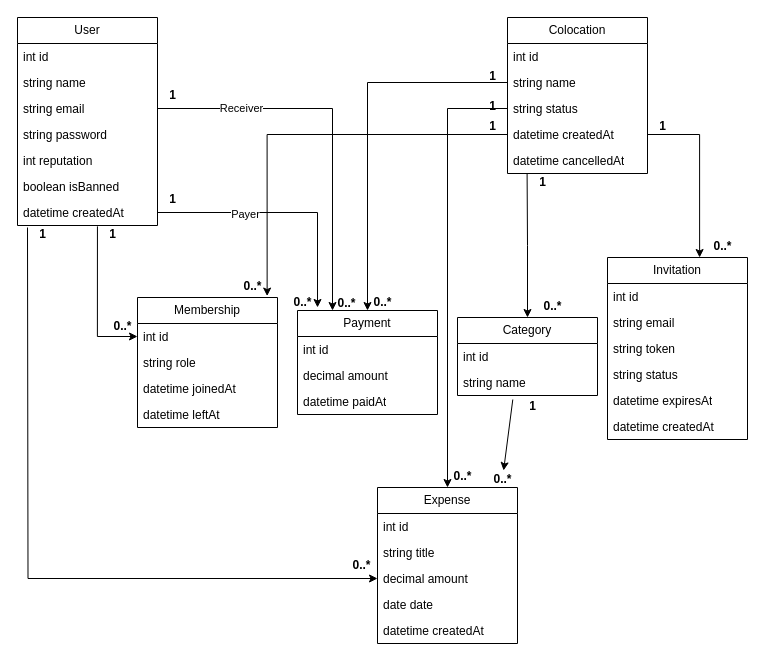
Above: BriefCroise2/assets/diagramClass.drawio in a-oirgari/BriefCroise2 (draw.io), before the change. Source tidied: cells renumbered, new cells numbered last; positions are measured from the earlier drawing's top-left corner, leaving out a move shared by most shapes. Both pictures are drawn from the tidied source at 100%, with x=0, y=0 at pixel (17, 17).
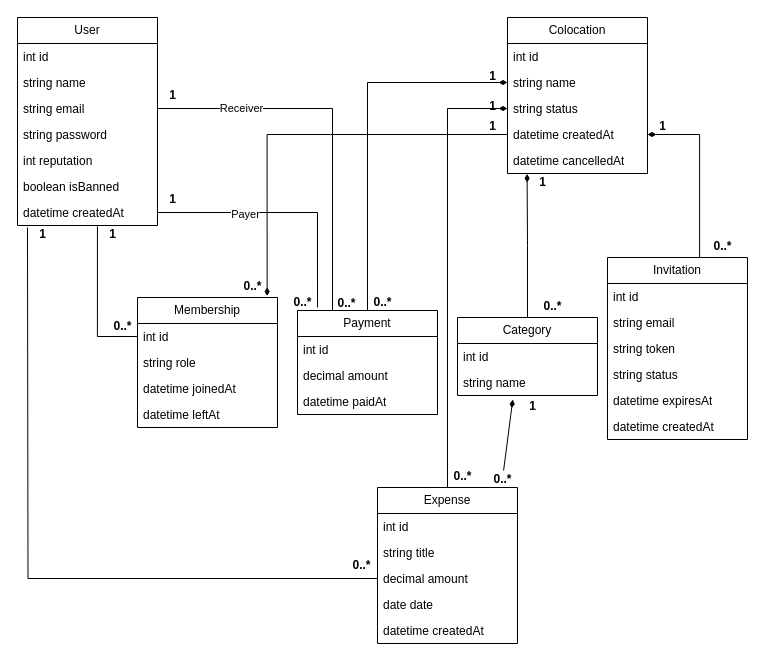
After the change.

Commit message:
refactor: fixing the fleche error on the class diagram

The change refers to these unchanged cells:
```xml
<mxCell id="4" value="string name" style="text;strokeColor=none;fillColor=none;align=left;verticalAlign=top;spacingLeft=4;spacingRight=4;overflow=hidden;points=[[0,0.5],[1,0.5]];portConstraint=eastwest;whiteSpace=wrap;html=1;" parent="2" vertex="1">
  <mxGeometry y="52" width="140" height="26" as="geometry" />
</mxCell>
<mxCell id="5" value="string status" style="text;strokeColor=none;fillColor=none;align=left;verticalAlign=top;spacingLeft=4;spacingRight=4;overflow=hidden;points=[[0,0.5],[1,0.5]];portConstraint=eastwest;whiteSpace=wrap;html=1;" parent="2" vertex="1">
  <mxGeometry y="78" width="140" height="26" as="geometry" />
</mxCell>
<mxCell id="6" value="datetime createdAt" style="text;strokeColor=none;fillColor=none;align=left;verticalAlign=top;spacingLeft=4;spacingRight=4;overflow=hidden;points=[[0,0.5],[1,0.5]];portConstraint=eastwest;whiteSpace=wrap;html=1;" parent="2" vertex="1">
  <mxGeometry y="104" width="140" height="26" as="geometry" />
</mxCell>
<mxCell id="7" value="datetime cancelledAt" style="text;strokeColor=none;fillColor=none;align=left;verticalAlign=top;spacingLeft=4;spacingRight=4;overflow=hidden;points=[[0,0.5],[1,0.5]];portConstraint=eastwest;whiteSpace=wrap;html=1;" parent="2" vertex="1">
  <mxGeometry y="130" width="140" height="26" as="geometry" />
</mxCell>
<mxCell id="11" value="string email" style="text;strokeColor=none;fillColor=none;align=left;verticalAlign=top;spacingLeft=4;spacingRight=4;overflow=hidden;points=[[0,0.5],[1,0.5]];portConstraint=eastwest;whiteSpace=wrap;html=1;" parent="8" vertex="1">
  <mxGeometry y="78" width="140" height="26" as="geometry" />
</mxCell>
<mxCell id="15" value="datetime createdAt" style="text;strokeColor=none;fillColor=none;align=left;verticalAlign=top;spacingLeft=4;spacingRight=4;overflow=hidden;points=[[0,0.5],[1,0.5]];portConstraint=eastwest;whiteSpace=wrap;html=1;" parent="8" vertex="1">
  <mxGeometry y="182" width="140" height="26" as="geometry" />
</mxCell>
<mxCell id="16" value="Invitation" style="swimlane;fontStyle=0;horizontal=1;startSize=26;fillColor=none;whiteSpace=wrap;html=1;" parent="1" vertex="1">
  <mxGeometry x="590" y="240" width="140" height="182" as="geometry" />
</mxCell>
<mxCell id="24" value="Expense" style="swimlane;fontStyle=0;horizontal=1;startSize=26;fillColor=none;whiteSpace=wrap;html=1;" parent="1" vertex="1">
  <mxGeometry x="360" y="470" width="140" height="156" as="geometry" />
</mxCell>
<mxCell id="28" value="decimal amount" style="text;strokeColor=none;fillColor=none;align=left;verticalAlign=top;spacingLeft=4;spacingRight=4;overflow=hidden;points=[[0,0.5],[1,0.5]];portConstraint=eastwest;whiteSpace=wrap;html=1;" parent="24" vertex="1">
  <mxGeometry y="78" width="140" height="26" as="geometry" />
</mxCell>
<mxCell id="31" value="Membership" style="swimlane;fontStyle=0;horizontal=1;startSize=26;fillColor=none;whiteSpace=wrap;html=1;" parent="1" vertex="1">
  <mxGeometry x="120" y="280" width="140" height="130" as="geometry" />
</mxCell>
<mxCell id="32" value="int id" style="text;strokeColor=none;fillColor=none;align=left;verticalAlign=top;spacingLeft=4;spacingRight=4;overflow=hidden;points=[[0,0.5],[1,0.5]];portConstraint=eastwest;whiteSpace=wrap;html=1;" parent="31" vertex="1">
  <mxGeometry y="26" width="140" height="26" as="geometry" />
</mxCell>
<mxCell id="37" value="Payment" style="swimlane;fontStyle=0;horizontal=1;startSize=26;fillColor=none;whiteSpace=wrap;html=1;" parent="1" vertex="1">
  <mxGeometry x="280" y="293" width="140" height="104" as="geometry" />
</mxCell>
<mxCell id="41" value="Category" style="swimlane;fontStyle=0;horizontal=1;startSize=26;fillColor=none;whiteSpace=wrap;html=1;" parent="1" vertex="1">
  <mxGeometry x="440" y="300" width="140" height="78" as="geometry" />
</mxCell>
<mxCell id="43" value="string name" style="text;strokeColor=none;fillColor=none;align=left;verticalAlign=top;spacingLeft=4;spacingRight=4;overflow=hidden;points=[[0,0.5],[1,0.5]];portConstraint=eastwest;whiteSpace=wrap;html=1;" parent="41" vertex="1">
  <mxGeometry y="52" width="140" height="26" as="geometry" />
</mxCell>
<mxCell id="70" value="0..*" style="text;align=center;fontStyle=1;verticalAlign=middle;spacingLeft=3;spacingRight=3;strokeColor=none;points=[[0,0.5],[1,0.5]];portConstraint=eastwest;html=1;" parent="1" vertex="1">
  <mxGeometry x="470" y="453" width="30" height="17" as="geometry" />
</mxCell>
```

What changed in the source:
```diff
@@
-    <mxCell id="23" style="edgeStyle=orthogonalEdgeStyle;rounded=0;jettySize=auto;html=1;entryX=0;entryY=0.5;entryDx=0;entryDy=0;startArrow=classic;startFill=1;endArrow=none;endFill=0;" parent="1" edge="1" source="24" target="5">
+    <mxCell id="23" style="edgeStyle=orthogonalEdgeStyle;rounded=0;jettySize=auto;html=1;entryX=0;entryY=0.5;entryDx=0;entryDy=0;startArrow=none;startFill=0;endArrow=diamondThin;endFill=1;" parent="1" edge="1" source="24" target="5">
       <mxGeometry relative="1" as="geometry" />
     </mxCell>
@@
-    <mxCell id="27" style="edgeStyle=orthogonalEdgeStyle;rounded=0;jettySize=auto;html=1;startArrow=classic;startFill=1;endArrow=none;endFill=0;" parent="24" edge="1" source="28">
+    <mxCell id="27" style="edgeStyle=orthogonalEdgeStyle;rounded=0;jettySize=auto;html=1;startArrow=none;startFill=0;endArrow=none;endFill=0;" parent="24" edge="1" source="28">
       <mxGeometry relative="1" as="geometry">
         <mxPoint x="-350" y="-260" as="targetPoint" />
       </mxGeometry>
     </mxCell>
@@
-    <mxCell id="36" style="edgeStyle=orthogonalEdgeStyle;rounded=0;jettySize=auto;html=1;entryX=0;entryY=0.5;entryDx=0;entryDy=0;endArrow=none;endFill=0;startArrow=classic;startFill=1;" parent="1" edge="1" source="37" target="4">
+    <mxCell id="36" style="edgeStyle=orthogonalEdgeStyle;rounded=0;jettySize=auto;html=1;entryX=0;entryY=0.5;entryDx=0;entryDy=0;endArrow=diamondThin;endFill=1;startArrow=none;startFill=0;" parent="1" edge="1" source="37" target="4">
       <mxGeometry relative="1" as="geometry" />
     </mxCell>
@@
-    <mxCell id="44" style="edgeStyle=orthogonalEdgeStyle;rounded=0;jettySize=auto;html=1;entryX=0.658;entryY=0;entryDx=0;entryDy=0;entryPerimeter=0;" parent="1" edge="1" source="6" target="16">
+    <mxCell id="44" style="edgeStyle=orthogonalEdgeStyle;rounded=0;jettySize=auto;html=1;entryX=0.658;entryY=0;entryDx=0;entryDy=0;entryPerimeter=0;startArrow=diamondThin;startFill=1;endArrow=none;endFill=0;" parent="1" edge="1" source="6" target="16">
       <mxGeometry relative="1" as="geometry" />
     </mxCell>
-    <mxCell id="45" style="edgeStyle=orthogonalEdgeStyle;rounded=0;jettySize=auto;html=1;entryX=0.14;entryY=1.011;entryDx=0;entryDy=0;entryPerimeter=0;endArrow=none;endFill=0;startArrow=classic;startFill=1;" parent="1" edge="1" source="41" target="7">
+    <mxCell id="45" style="edgeStyle=orthogonalEdgeStyle;rounded=0;jettySize=auto;html=1;entryX=0.14;entryY=1.011;entryDx=0;entryDy=0;entryPerimeter=0;endArrow=diamondThin;endFill=1;startArrow=none;startFill=0;" parent="1" edge="1" source="41" target="7">
       <mxGeometry relative="1" as="geometry" />
     </mxCell>
-    <mxCell id="46" style="edgeStyle=orthogonalEdgeStyle;rounded=0;jettySize=auto;html=1;entryX=0.926;entryY=-0.011;entryDx=0;entryDy=0;entryPerimeter=0;" parent="1" edge="1" source="6" target="31">
+    <mxCell id="46" style="edgeStyle=orthogonalEdgeStyle;rounded=0;jettySize=auto;html=1;entryX=0.926;entryY=-0.011;entryDx=0;entryDy=0;entryPerimeter=0;startArrow=none;startFill=0;endArrow=diamondThin;endFill=1;" parent="1" edge="1" source="6" target="31">
       <mxGeometry relative="1" as="geometry" />
     </mxCell>
-    <mxCell id="47" style="edgeStyle=orthogonalEdgeStyle;rounded=0;jettySize=auto;html=1;entryX=0.25;entryY=0;entryDx=0;entryDy=0;" parent="1" edge="1" source="11" target="37">
+    <mxCell id="47" style="edgeStyle=orthogonalEdgeStyle;rounded=0;jettySize=auto;html=1;entryX=0.25;entryY=0;entryDx=0;entryDy=0;endArrow=none;endFill=0;" parent="1" edge="1" source="11" target="37">
       <mxGeometry relative="1" as="geometry" />
     </mxCell>
@@
-    <mxCell id="49" style="edgeStyle=orthogonalEdgeStyle;rounded=0;jettySize=auto;html=1;entryX=0.143;entryY=-0.029;entryDx=0;entryDy=0;entryPerimeter=0;" parent="1" edge="1" source="15" target="37">
+    <mxCell id="49" style="edgeStyle=orthogonalEdgeStyle;rounded=0;jettySize=auto;html=1;entryX=0.143;entryY=-0.029;entryDx=0;entryDy=0;entryPerimeter=0;endArrow=none;endFill=0;" parent="1" edge="1" source="15" target="37">
       <mxGeometry relative="1" as="geometry" />
     </mxCell>
@@
-    <mxCell id="51" style="edgeStyle=orthogonalEdgeStyle;rounded=0;jettySize=auto;html=1;entryX=0.571;entryY=1.034;entryDx=0;entryDy=0;entryPerimeter=0;startArrow=classic;startFill=1;endArrow=none;endFill=0;" parent="1" edge="1" source="32" target="15">
+    <mxCell id="51" style="edgeStyle=orthogonalEdgeStyle;rounded=0;jettySize=auto;html=1;entryX=0.571;entryY=1.034;entryDx=0;entryDy=0;entryPerimeter=0;startArrow=none;startFill=0;endArrow=none;endFill=0;" parent="1" edge="1" source="32" target="15">
       <mxGeometry relative="1" as="geometry" />
     </mxCell>
@@
-    <mxCell id="72" style="edgeStyle=none;html=1;entryX=0.395;entryY=1.154;entryDx=0;entryDy=0;entryPerimeter=0;startArrow=classic;startFill=1;endArrow=none;endFill=0;" parent="1" edge="1" source="70" target="43">
+    <mxCell id="72" style="edgeStyle=none;html=1;entryX=0.395;entryY=1.154;entryDx=0;entryDy=0;entryPerimeter=0;startArrow=none;startFill=0;endArrow=diamondThin;endFill=1;" parent="1" edge="1" source="70" target="43">
       <mxGeometry relative="1" as="geometry" />
     </mxCell>
```
